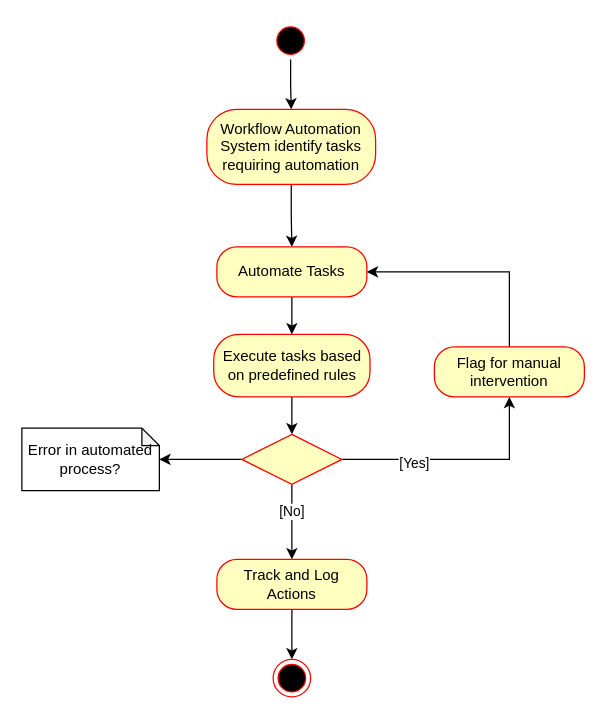
The draw.io diagram Workflow Automation Activity Diagram.drawio in AjnaNushi/drawio, before the edit. Source tidied: cells renumbered, new cells numbered last; positions are measured from the earlier drawing's top-left corner, leaving out a move shared by most shapes. Both pictures are drawn from the tidied source at 125%, with x=0, y=0 at pixel (21, 21).
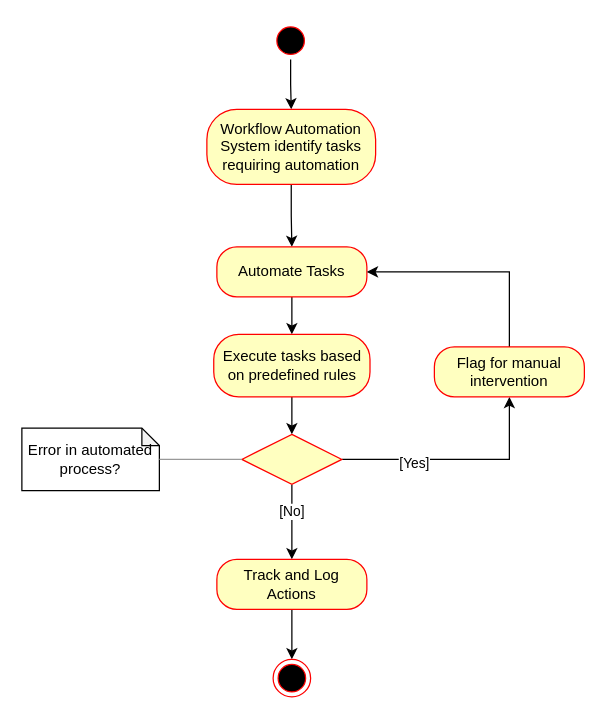
Above is the later version.

Unchanged cells that the change refers to:
```xml
<mxCell id="15" style="rhombus;whiteSpace=wrap;html=1;fontColor=#000000;fillColor=#ffffc0;strokeColor=#ff0000;" parent="1" vertex="1">
  <mxGeometry x="176" y="330" width="80" height="40" as="geometry" />
</mxCell>
<mxCell id="16" value="Error in automated process?" style="shape=note;whiteSpace=wrap;html=1;backgroundOutline=1;darkOpacity=0.05;size=14;" parent="1" vertex="1">
  <mxGeometry y="325" width="110" height="50" as="geometry" />
</mxCell>
```

Diff of the diagram source:
```diff
@@
-    <mxCell id="10" style="edgeStyle=orthogonalEdgeStyle;rounded=0;jettySize=auto;html=1;" parent="1" edge="1" source="15" target="16">
-      <mxGeometry relative="1" as="geometry" />
-    </mxCell>
@@
+    <mxCell id="22" style="verticalLabelPosition=bottom;shadow=0;dashed=0;align=center;html=1;verticalAlign=top;strokeWidth=1;shape=mxgraph.mockup.markup.line;strokeColor=#999999;" parent="1" vertex="1">
+      <mxGeometry x="110" y="340" width="66" height="20" as="geometry" />
+    </mxCell>
```
